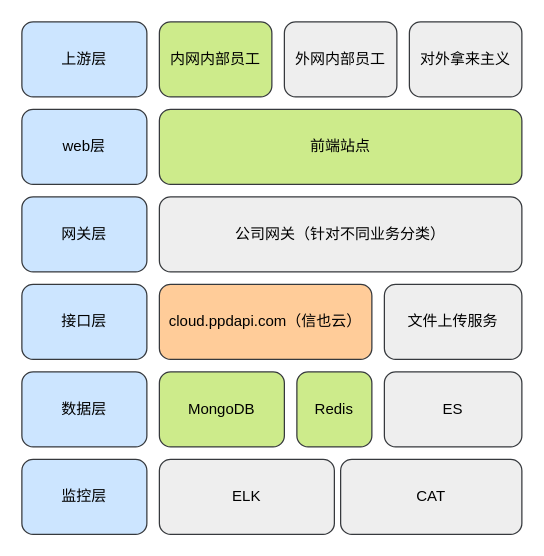
Above: page "Page-1" (1 of 3) of 信也云.drawio in yiwankb/spring-boot-demo (draw.io), before the change. Source tidied: cells renumbered, new cells numbered last; positions are measured from the earlier drawing's top-left corner, leaving out a move shared by most shapes. Both pictures are drawn from the tidied source at 125%, with x=0, y=0 at pixel (21, 21).
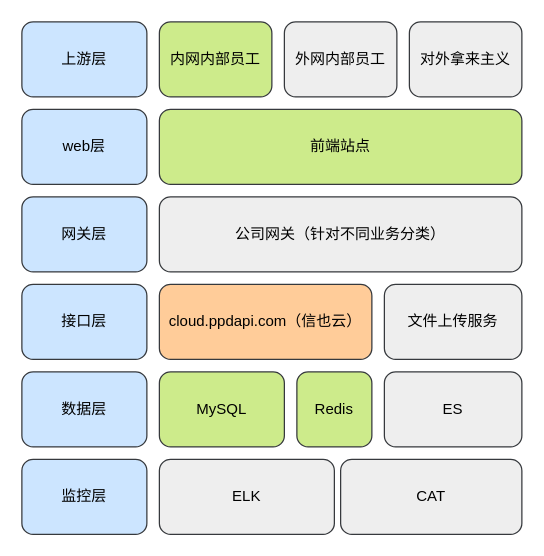
The same diagram, later.

Change to the diagram source:
```diff
@@
 <mxGraphModel>
   <root>
     <mxCell id="0" />
     <mxCell id="1" parent="0" />
     <mxCell id="2" value="前端站点" style="rounded=1;whiteSpace=wrap;html=1;fillColor=#cdeb8b;strokeColor=#36393d;" parent="1" vertex="1">
       <mxGeometry x="110" y="70" width="290" height="60" as="geometry" />
     </mxCell>
     <mxCell id="3" value="公司网关（针对不同业务分类）" style="rounded=1;whiteSpace=wrap;html=1;fillColor=#eeeeee;strokeColor=#36393d;" parent="1" vertex="1">
       <mxGeometry x="110" y="140" width="290" height="60" as="geometry" />
     </mxCell>
     <mxCell id="4" value="cloud.ppdapi.com（信也云）" style="rounded=1;whiteSpace=wrap;html=1;fillColor=#ffcc99;strokeColor=#36393d;" parent="1" vertex="1">
       <mxGeometry x="110" y="210" width="170" height="60" as="geometry" />
     </mxCell>
     <mxCell id="5" value="文件上传服务" style="rounded=1;whiteSpace=wrap;html=1;fillColor=#eeeeee;strokeColor=#36393d;" parent="1" vertex="1">
       <mxGeometry x="290" y="210" width="110" height="60" as="geometry" />
     </mxCell>
-    <mxCell id="6" value="MongoDB" style="rounded=1;whiteSpace=wrap;html=1;fillColor=#cdeb8b;strokeColor=#36393d;" parent="1" vertex="1">
+    <mxCell id="6" value="MySQL" style="rounded=1;whiteSpace=wrap;html=1;fillColor=#cdeb8b;strokeColor=#36393d;" parent="1" vertex="1">
       <mxGeometry x="110" y="280" width="100" height="60" as="geometry" />
     </mxCell>
     <mxCell id="7" value="Redis" style="rounded=1;whiteSpace=wrap;html=1;fillColor=#cdeb8b;strokeColor=#36393d;" parent="1" vertex="1">
       <mxGeometry x="220" y="280" width="60" height="60" as="geometry" />
     </mxCell>
     <mxCell id="8" value="ELK" style="rounded=1;whiteSpace=wrap;html=1;fillColor=#eeeeee;strokeColor=#36393d;" parent="1" vertex="1">
       <mxGeometry x="110" y="350" width="140" height="60" as="geometry" />
     </mxCell>
     <mxCell id="9" value="CAT" style="rounded=1;whiteSpace=wrap;html=1;fillColor=#eeeeee;strokeColor=#36393d;" parent="1" vertex="1">
       <mxGeometry x="255" y="350" width="145" height="60" as="geometry" />
     </mxCell>
     <mxCell id="10" value="内网内部员工" style="rounded=1;whiteSpace=wrap;html=1;fillColor=#cdeb8b;strokeColor=#36393d;" parent="1" vertex="1">
       <mxGeometry x="110" width="90" height="60" as="geometry" />
     </mxCell>
     <mxCell id="11" value="外网内部员工" style="rounded=1;whiteSpace=wrap;html=1;fillColor=#eeeeee;strokeColor=#36393d;" parent="1" vertex="1">
       <mxGeometry x="210" width="90" height="60" as="geometry" />
     </mxCell>
     <mxCell id="12" value="对外拿来主义" style="rounded=1;whiteSpace=wrap;html=1;fillColor=#eeeeee;strokeColor=#36393d;" parent="1" vertex="1">
       <mxGeometry x="310" width="90" height="60" as="geometry" />
     </mxCell>
     <mxCell id="13" value="上游层" style="rounded=1;whiteSpace=wrap;html=1;fillColor=#cce5ff;strokeColor=#36393d;" parent="1" vertex="1">
       <mxGeometry width="100" height="60" as="geometry" />
     </mxCell>
     <mxCell id="14" value="ES" style="rounded=1;whiteSpace=wrap;html=1;fillColor=#eeeeee;strokeColor=#36393d;" parent="1" vertex="1">
       <mxGeometry x="290" y="280" width="110" height="60" as="geometry" />
     </mxCell>
     <mxCell id="15" value="web层" style="rounded=1;whiteSpace=wrap;html=1;fillColor=#cce5ff;strokeColor=#36393d;" parent="1" vertex="1">
       <mxGeometry y="70" width="100" height="60" as="geometry" />
     </mxCell>
     <mxCell id="16" value="网关层" style="rounded=1;whiteSpace=wrap;html=1;fillColor=#cce5ff;strokeColor=#36393d;" parent="1" vertex="1">
       <mxGeometry y="140" width="100" height="60" as="geometry" />
     </mxCell>
     <mxCell id="17" value="接口层" style="rounded=1;whiteSpace=wrap;html=1;fillColor=#cce5ff;strokeColor=#36393d;" parent="1" vertex="1">
       <mxGeometry y="210" width="100" height="60" as="geometry" />
     </mxCell>
     <mxCell id="18" value="数据层" style="rounded=1;whiteSpace=wrap;html=1;fillColor=#cce5ff;strokeColor=#36393d;" parent="1" vertex="1">
       <mxGeometry y="280" width="100" height="60" as="geometry" />
     </mxCell>
     <mxCell id="19" value="监控层" style="rounded=1;whiteSpace=wrap;html=1;fillColor=#cce5ff;strokeColor=#36393d;" parent="1" vertex="1">
       <mxGeometry y="350" width="100" height="60" as="geometry" />
     </mxCell>
   </root>
 </mxGraphModel>
```
